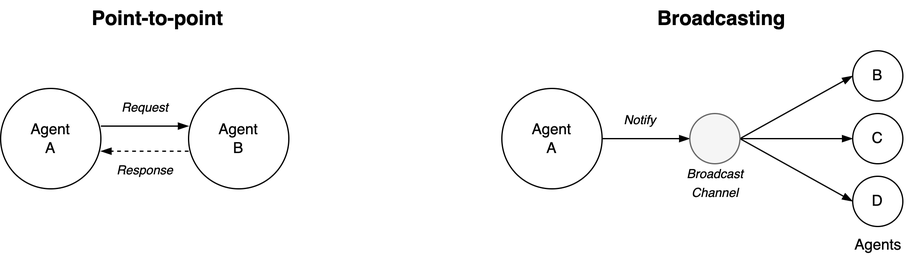
voschezang/coding-handbook keeps this draw.io diagram as img/communication-patterns-broadcasting.png. Above is the earlier version. Source tidied: cells renumbered, new cells last; positions are measured from the earlier drawing's top-left corner, leaving out a move shared by most shapes. The source it was exported from:
```xml
<mxGraphModel>
  <root>
    <mxCell id="0" />
    <mxCell id="1" parent="0" />
    <mxCell id="2" style="edgeStyle=none;rounded=0;jettySize=auto;html=1;exitX=1;exitY=0.5;exitDx=0;exitDy=0;entryX=0;entryY=0.5;entryDx=0;entryDy=0;endArrow=blockThin;endFill=1;" parent="1" edge="1" source="12" target="9">
      <mxGeometry relative="1" as="geometry" />
    </mxCell>
    <mxCell id="3" style="rounded=0;jettySize=auto;html=1;exitX=1;exitY=0.5;exitDx=0;exitDy=0;endArrow=blockThin;endFill=1;entryX=0;entryY=0.5;entryDx=0;entryDy=0;" parent="1" edge="1" source="12" target="6">
      <mxGeometry relative="1" as="geometry" />
    </mxCell>
    <mxCell id="4" style="edgeStyle=none;rounded=0;jettySize=auto;html=1;exitX=1;exitY=0.5;exitDx=0;exitDy=0;endArrow=blockThin;endFill=1;entryX=0;entryY=0.5;entryDx=0;entryDy=0;" parent="1" edge="1" source="12" target="10">
      <mxGeometry relative="1" as="geometry" />
    </mxCell>
    <mxCell id="5" value="Agent&lt;br&gt;A" style="ellipse;whiteSpace=wrap;html=1;" parent="1" vertex="1">
      <mxGeometry x="400" y="70" width="80" height="80" as="geometry" />
    </mxCell>
    <mxCell id="6" value="B" style="ellipse;whiteSpace=wrap;html=1;" parent="1" vertex="1">
      <mxGeometry x="680" y="40" width="40" height="40" as="geometry" />
    </mxCell>
    <mxCell id="7" value="&lt;font style=&quot;font-size: 10px;&quot;&gt;&lt;i&gt;Notify&lt;/i&gt;&lt;/font&gt;" style="text;html=1;align=center;verticalAlign=middle;strokeColor=none;fillColor=none;" parent="1" vertex="1">
      <mxGeometry x="485" y="80" width="50" height="30" as="geometry" />
    </mxCell>
    <mxCell id="8" value="&lt;font style=&quot;font-size: 16px;&quot;&gt;Broadcasting&lt;/font&gt;" style="text;html=1;align=center;verticalAlign=middle;strokeColor=none;fillColor=none;fontSize=12;fontStyle=1;" parent="1" vertex="1">
      <mxGeometry x="510" width="130" height="30" as="geometry" />
    </mxCell>
    <mxCell id="9" value="C" style="ellipse;whiteSpace=wrap;html=1;" parent="1" vertex="1">
      <mxGeometry x="680" y="90" width="40" height="40" as="geometry" />
    </mxCell>
    <mxCell id="10" value="D" style="ellipse;whiteSpace=wrap;html=1;" parent="1" vertex="1">
      <mxGeometry x="680" y="140" width="40" height="40" as="geometry" />
    </mxCell>
    <mxCell id="11" style="edgeStyle=none;rounded=0;orthogonalLoop=1;jettySize=auto;html=1;exitX=1;exitY=0.5;exitDx=0;exitDy=0;entryX=0;entryY=0.5;entryDx=0;entryDy=0;endArrow=blockThin;endFill=1;" parent="1" edge="1">
      <mxGeometry relative="1" as="geometry">
        <mxPoint x="480" y="110" as="sourcePoint" />
        <mxPoint x="550" y="110" as="targetPoint" />
      </mxGeometry>
    </mxCell>
    <mxCell id="12" style="ellipse;whiteSpace=wrap;html=1;fillColor=#f5f5f5;fontColor=#333333;strokeColor=#666666;" parent="1" vertex="1">
      <mxGeometry x="550" y="90" width="40" height="40" as="geometry" />
    </mxCell>
    <mxCell id="13" value="&lt;font style=&quot;font-size: 10px;&quot;&gt;&lt;i&gt;Broadcast&lt;br&gt;Channel&lt;br&gt;&lt;/i&gt;&lt;/font&gt;" style="text;html=1;align=center;verticalAlign=middle;strokeColor=none;fillColor=none;" parent="1" vertex="1">
      <mxGeometry x="535" y="125" width="70" height="40" as="geometry" />
    </mxCell>
    <mxCell id="14" value="Agents" style="text;html=1;align=center;verticalAlign=middle;strokeColor=none;fillColor=none;" parent="1" vertex="1">
      <mxGeometry x="670" y="180" width="60" height="30" as="geometry" />
    </mxCell>
    <mxCell id="15" style="edgeStyle=none;rounded=0;orthogonalLoop=1;jettySize=auto;html=1;exitX=1;exitY=0.5;exitDx=0;exitDy=0;entryX=0;entryY=0.5;entryDx=0;entryDy=0;endArrow=blockThin;endFill=1;" parent="1" edge="1">
      <mxGeometry relative="1" as="geometry">
        <mxPoint x="80" y="100" as="sourcePoint" />
        <mxPoint x="150" y="100" as="targetPoint" />
      </mxGeometry>
    </mxCell>
    <mxCell id="16" value="Agent&lt;br&gt;A" style="ellipse;whiteSpace=wrap;html=1;" parent="1" vertex="1">
      <mxGeometry y="70" width="80" height="80" as="geometry" />
    </mxCell>
    <mxCell id="17" value="Agent&lt;br&gt;B" style="ellipse;whiteSpace=wrap;html=1;" parent="1" vertex="1">
      <mxGeometry x="150" y="70" width="80" height="80" as="geometry" />
    </mxCell>
    <mxCell id="18" value="&lt;font style=&quot;font-size: 16px;&quot;&gt;&lt;b&gt;Point-to-point&lt;/b&gt;&lt;/font&gt;" style="text;html=1;align=center;verticalAlign=middle;strokeColor=none;fillColor=none;" parent="1" vertex="1">
      <mxGeometry x="65" y="5" width="120" height="20" as="geometry" />
    </mxCell>
    <mxCell id="19" value="&lt;font style=&quot;font-size: 10px;&quot;&gt;&lt;i&gt;Request&lt;/i&gt;&lt;/font&gt;" style="text;html=1;align=center;verticalAlign=middle;strokeColor=none;fillColor=none;" parent="1" vertex="1">
      <mxGeometry x="85" y="70" width="60" height="30" as="geometry" />
    </mxCell>
    <mxCell id="20" value="&lt;font style=&quot;font-size: 10px;&quot;&gt;&lt;i&gt;Response&lt;/i&gt;&lt;/font&gt;" style="text;html=1;align=center;verticalAlign=middle;strokeColor=none;fillColor=none;" parent="1" vertex="1">
      <mxGeometry x="80" y="120" width="70" height="30" as="geometry" />
    </mxCell>
    <mxCell id="21" style="edgeStyle=none;rounded=0;orthogonalLoop=1;jettySize=auto;html=1;exitX=1;exitY=0.5;exitDx=0;exitDy=0;endArrow=blockThin;endFill=1;dashed=1;" parent="1" edge="1">
      <mxGeometry relative="1" as="geometry">
        <mxPoint x="150" y="120" as="sourcePoint" />
        <mxPoint x="80" y="120" as="targetPoint" />
      </mxGeometry>
    </mxCell>
  </root>
</mxGraphModel>
```
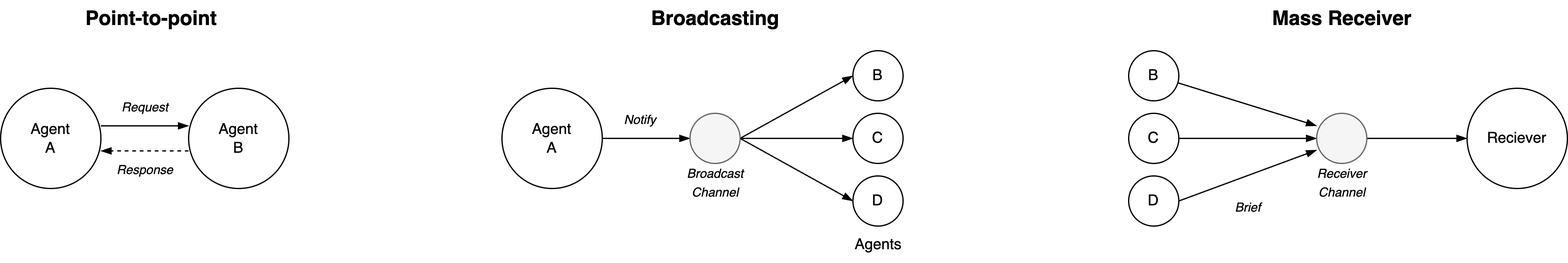
The same diagram one commit later.

Diff of the diagram source:
```diff
@@ -21,7 +21,7 @@
       <mxGeometry x="485" y="80" width="50" height="30" as="geometry" />
     </mxCell>
     <mxCell id="8" value="&lt;font style=&quot;font-size: 16px;&quot;&gt;Broadcasting&lt;/font&gt;" style="text;html=1;align=center;verticalAlign=middle;strokeColor=none;fillColor=none;fontSize=12;fontStyle=1;" parent="1" vertex="1">
-      <mxGeometry x="510" width="130" height="30" as="geometry" />
+      <mxGeometry x="505" width="130" height="30" as="geometry" />
     </mxCell>
     <mxCell id="9" value="C" style="ellipse;whiteSpace=wrap;html=1;" parent="1" vertex="1">
       <mxGeometry x="680" y="90" width="40" height="40" as="geometry" />
@@ -57,7 +57,7 @@
       <mxGeometry x="150" y="70" width="80" height="80" as="geometry" />
     </mxCell>
     <mxCell id="18" value="&lt;font style=&quot;font-size: 16px;&quot;&gt;&lt;b&gt;Point-to-point&lt;/b&gt;&lt;/font&gt;" style="text;html=1;align=center;verticalAlign=middle;strokeColor=none;fillColor=none;" parent="1" vertex="1">
-      <mxGeometry x="65" y="5" width="120" height="20" as="geometry" />
+      <mxGeometry x="60" y="5" width="120" height="20" as="geometry" />
     </mxCell>
     <mxCell id="19" value="&lt;font style=&quot;font-size: 10px;&quot;&gt;&lt;i&gt;Request&lt;/i&gt;&lt;/font&gt;" style="text;html=1;align=center;verticalAlign=middle;strokeColor=none;fillColor=none;" parent="1" vertex="1">
       <mxGeometry x="85" y="70" width="60" height="30" as="geometry" />
@@ -71,5 +71,44 @@
         <mxPoint x="80" y="120" as="targetPoint" />
       </mxGeometry>
     </mxCell>
+    <mxCell id="22" style="edgeStyle=none;rounded=0;jettySize=auto;html=1;exitX=1;exitY=0.5;exitDx=0;exitDy=0;entryX=0;entryY=0.5;entryDx=0;entryDy=0;endArrow=blockThin;endFill=1;" parent="1" edge="1" source="29" target="32">
+      <mxGeometry relative="1" as="geometry" />
+    </mxCell>
+    <mxCell id="23" style="rounded=0;orthogonalLoop=1;jettySize=auto;html=1;exitX=1;exitY=0.5;exitDx=0;exitDy=0;endArrow=blockThin;endFill=1;" parent="1" edge="1">
+      <mxGeometry relative="1" as="geometry">
+        <mxPoint x="934" y="64" as="sourcePoint" />
+        <mxPoint x="1050" y="100" as="targetPoint" />
+      </mxGeometry>
+    </mxCell>
+    <mxCell id="24" style="edgeStyle=none;rounded=0;jettySize=auto;html=1;exitX=1;exitY=0.5;exitDx=0;exitDy=0;endArrow=blockThin;endFill=1;entryX=0.001;entryY=0.733;entryDx=0;entryDy=0;entryPerimeter=0;" parent="1" edge="1" source="30" target="32">
+      <mxGeometry relative="1" as="geometry" />
+    </mxCell>
+    <mxCell id="25" value="Reciever" style="ellipse;whiteSpace=wrap;html=1;" parent="1" vertex="1">
+      <mxGeometry x="1170" y="70" width="80" height="80" as="geometry" />
+    </mxCell>
+    <mxCell id="26" value="B" style="ellipse;whiteSpace=wrap;html=1;" parent="1" vertex="1">
+      <mxGeometry x="900" y="40" width="40" height="40" as="geometry" />
+    </mxCell>
+    <mxCell id="27" value="&lt;font style=&quot;font-size: 10px;&quot;&gt;&lt;i&gt;Brief&lt;/i&gt;&lt;/font&gt;" style="text;html=1;align=center;verticalAlign=middle;strokeColor=none;fillColor=none;" parent="1" vertex="1">
+      <mxGeometry x="975" y="150" width="40" height="30" as="geometry" />
+    </mxCell>
+    <mxCell id="28" value="&lt;font style=&quot;font-size: 16px;&quot;&gt;Mass Receiver&lt;/font&gt;" style="text;html=1;align=center;verticalAlign=middle;strokeColor=none;fillColor=none;fontSize=12;fontStyle=1;" parent="1" vertex="1">
+      <mxGeometry x="1005" width="130" height="30" as="geometry" />
+    </mxCell>
+    <mxCell id="29" value="C" style="ellipse;whiteSpace=wrap;html=1;" parent="1" vertex="1">
+      <mxGeometry x="900" y="90" width="40" height="40" as="geometry" />
+    </mxCell>
+    <mxCell id="30" value="D" style="ellipse;whiteSpace=wrap;html=1;" parent="1" vertex="1">
+      <mxGeometry x="900" y="140" width="40" height="40" as="geometry" />
+    </mxCell>
+    <mxCell id="31" style="edgeStyle=none;rounded=0;jettySize=auto;html=1;exitX=1;exitY=0.5;exitDx=0;exitDy=0;entryX=0;entryY=0.5;entryDx=0;entryDy=0;endArrow=blockThin;endFill=1;" parent="1" edge="1" source="32" target="25">
+      <mxGeometry relative="1" as="geometry" />
+    </mxCell>
+    <mxCell id="32" style="ellipse;whiteSpace=wrap;html=1;fillColor=#f5f5f5;fontColor=#333333;strokeColor=#666666;" parent="1" vertex="1">
+      <mxGeometry x="1050" y="90" width="40" height="40" as="geometry" />
+    </mxCell>
+    <mxCell id="33" value="&lt;font style=&quot;font-size: 10px;&quot;&gt;&lt;i&gt;Receiver &lt;br&gt;Channel&lt;br&gt;&lt;/i&gt;&lt;/font&gt;" style="text;html=1;align=center;verticalAlign=middle;strokeColor=none;fillColor=none;" parent="1" vertex="1">
+      <mxGeometry x="1040" y="125" width="60" height="40" as="geometry" />
+    </mxCell>
   </root>
 </mxGraphModel>
```
